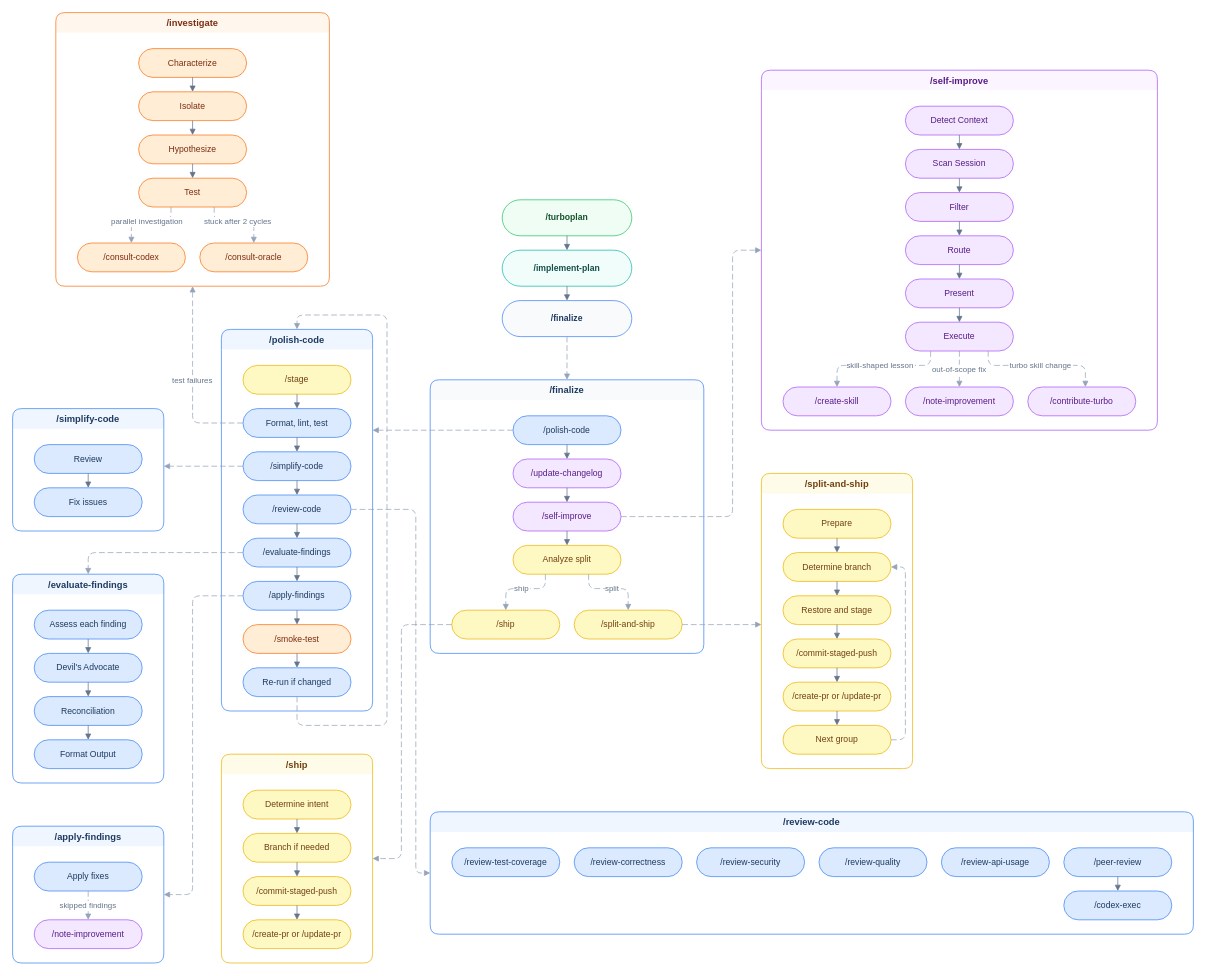
This is assets/how-finalize-connects.drawio from tobihagemann/turbo, a draw.io file, before an edit. Source tidied: cells renumbered, new cells numbered last; positions are measured from the earlier drawing's top-left corner, leaving out a move shared by most shapes. Both pictures are drawn from the tidied source at 72%, with x=0, y=0 at pixel (12, 12).
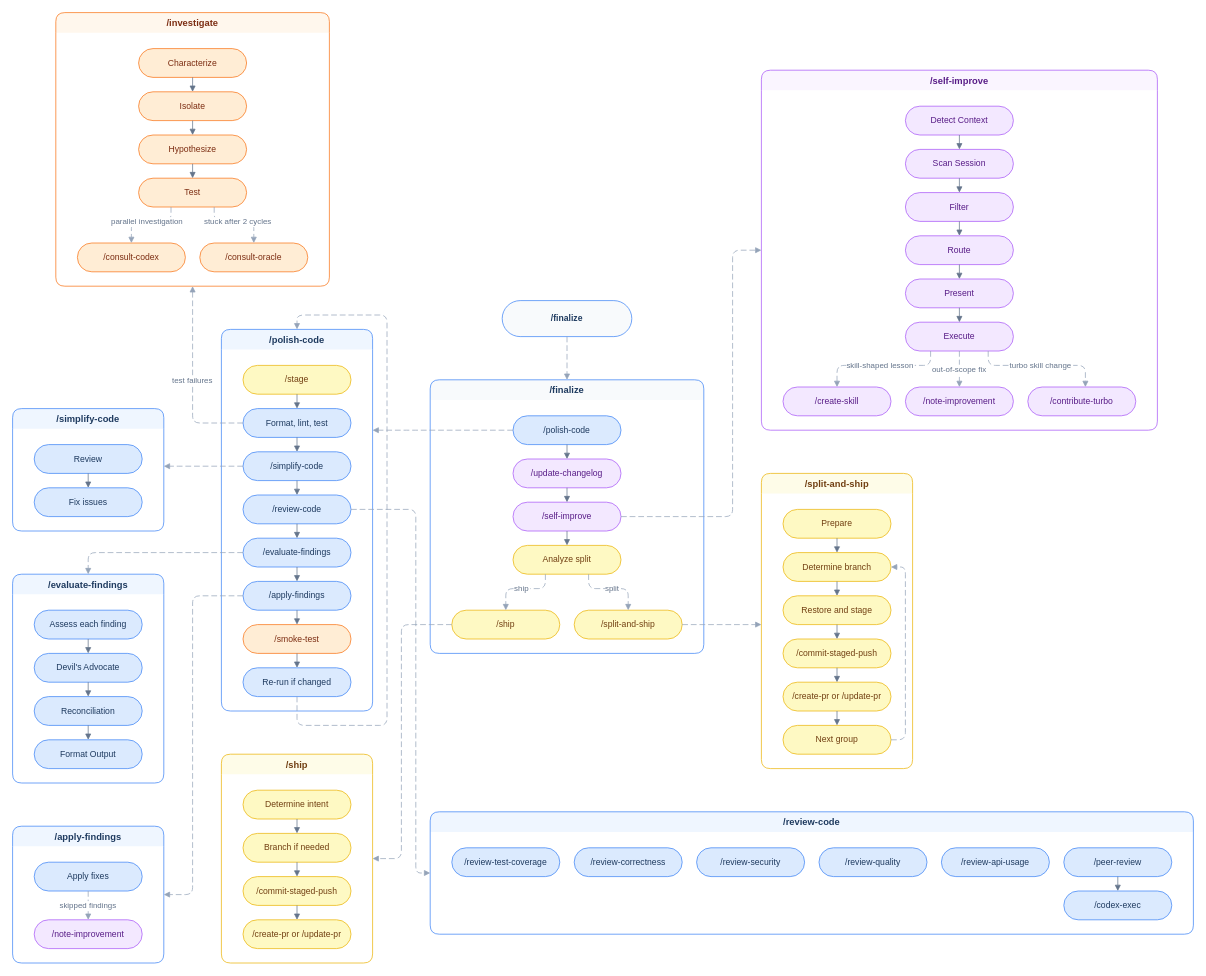
Above is the later version.

Commit message (it also covers changes not shown here):
Make /finalize and /turboplan standalone entry points in connect diagrams

Unchanged cells that the change refers to:
```xml
<mxCell id="4" value="/finalize" style="rounded=1;whiteSpace=wrap;html=1;arcSize=50;fillColor=#f8fafc;strokeColor=#3b82f6;fontColor=#1e3a5f;fontSize=12;fontStyle=1;" parent="1" vertex="1">
  <mxGeometry x="680" y="400" width="180" height="50" as="geometry" />
</mxCell>
```

The edit, as a diff of the source:
```diff
@@
-    <mxCell id="2" value="/turboplan" style="rounded=1;whiteSpace=wrap;html=1;arcSize=50;fillColor=#f0fdf4;strokeColor=#22c55e;fontColor=#14532d;fontSize=12;fontStyle=1;" parent="1" vertex="1">
-      <mxGeometry x="680" y="260" width="180" height="50" as="geometry" />
-    </mxCell>
-    <mxCell id="3" value="/implement-plan" style="rounded=1;whiteSpace=wrap;html=1;arcSize=50;fillColor=#f0fdfa;strokeColor=#14b8a6;fontColor=#134e4a;fontSize=12;fontStyle=1;" parent="1" vertex="1">
-      <mxGeometry x="680" y="330" width="180" height="50" as="geometry" />
-    </mxCell>
@@
-    <mxCell id="5" style="endArrow=block;endFill=1;rounded=1;edgeStyle=orthogonalEdgeStyle;strokeColor=#64748b;" parent="1" edge="1" source="2" target="3">
-      <mxGeometry relative="1" as="geometry" />
-    </mxCell>
-    <mxCell id="6" style="endArrow=block;endFill=1;rounded=1;edgeStyle=orthogonalEdgeStyle;strokeColor=#64748b;" parent="1" edge="1" source="3" target="4">
-      <mxGeometry relative="1" as="geometry" />
-    </mxCell>
```
